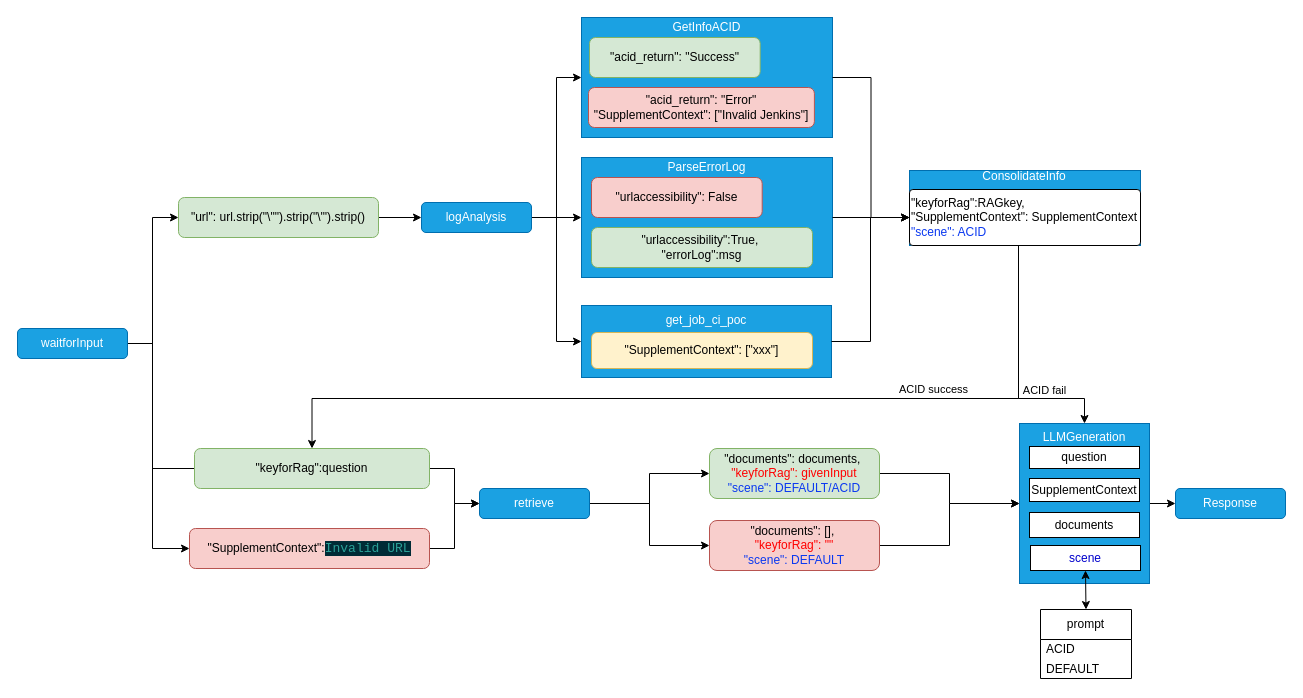
fengchutadie/diagram keeps this draw.io diagram as page "Page-2" (2 of 3) of AI.drawio. Above is the earlier version. Source tidied: cells renumbered, new cells numbered last; positions are measured from the earlier drawing's top-left corner, leaving out a move shared by most shapes. Both pictures are drawn from the tidied source at 100%, with x=0, y=0 at pixel (17, 17).
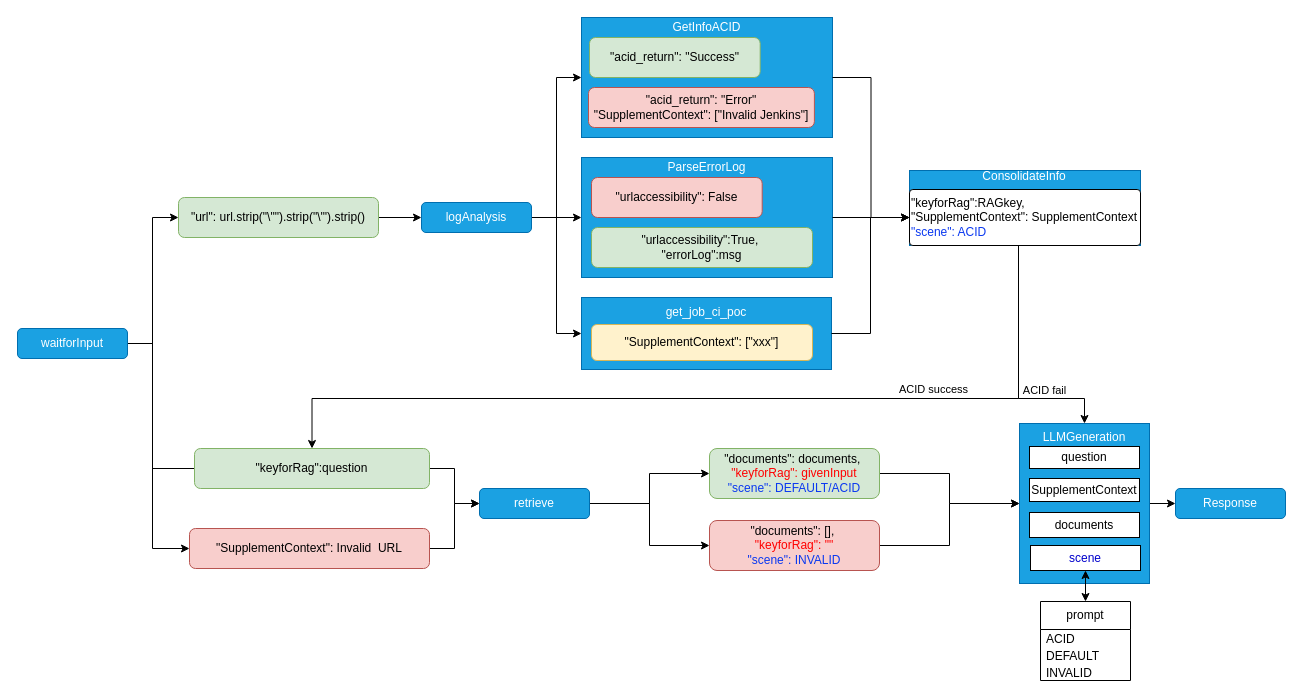
The same diagram, later.

Unchanged cells that the change refers to:
```xml
<mxCell id="51" value="&lt;font style=&quot;color: rgb(0, 0, 204);&quot;&gt;scene&lt;/font&gt;" style="rounded=0;whiteSpace=wrap;html=1;" parent="1" vertex="1">
  <mxGeometry x="1013" y="528" width="110" height="25" as="geometry" />
</mxCell>
```

The edit, as a diff of the source:
```diff
@@
-    <mxCell id="7" value="&quot;SupplementContext&quot;:&lt;span style=&quot;color: rgb(42, 161, 152); background-color: rgb(0, 43, 54); font-family: Consolas, &amp;quot;Courier New&amp;quot;, monospace; font-size: 13px; white-space: pre;&quot;&gt;Invalid URL&lt;/span&gt;" style="rounded=1;whiteSpace=wrap;html=1;fillColor=#f8cecc;strokeColor=#b85450;" parent="1" vertex="1">
+    <mxCell id="7" value="&quot;SupplementContext&quot;: Invalid&amp;nbsp; URL" style="rounded=1;whiteSpace=wrap;html=1;fillColor=#f8cecc;strokeColor=#b85450;" parent="1" vertex="1">
       <mxGeometry x="172" y="511" width="240" height="40" as="geometry" />
     </mxCell>
@@
-    <mxCell id="18" value="&quot;documents&quot;: [],&amp;nbsp;&lt;div&gt;&lt;font style=&quot;color: rgb(255, 0, 0);&quot;&gt;&quot;keyforRag&quot;: &quot;&quot;&lt;/font&gt;&lt;br&gt;&lt;span style=&quot;color: rgb(10, 56, 240);&quot;&gt;&quot;scene&quot;: DEFAULT&lt;/span&gt;&lt;/div&gt;" style="rounded=1;whiteSpace=wrap;html=1;fillColor=#f8cecc;strokeColor=#b85450;" parent="1" vertex="1">
+    <mxCell id="18" value="&quot;documents&quot;: [],&amp;nbsp;&lt;div&gt;&lt;font style=&quot;color: rgb(255, 0, 0);&quot;&gt;&quot;keyforRag&quot;: &quot;&quot;&lt;/font&gt;&lt;br&gt;&lt;span style=&quot;color: rgb(10, 56, 240);&quot;&gt;&quot;scene&quot;: INVALID&lt;/span&gt;&lt;/div&gt;" style="rounded=1;whiteSpace=wrap;html=1;fillColor=#f8cecc;strokeColor=#b85450;" parent="1" vertex="1">
       <mxGeometry x="692" y="503" width="170" height="50" as="geometry" />
     </mxCell>
@@
     <mxCell id="27" style="group;fillColor=#1ba1e2;fontColor=#ffffff;strokeColor=#006EAF;" parent="1" vertex="1">
-      <mxGeometry x="564" y="288" width="250" height="72" as="geometry" />
+      <mxGeometry x="564" y="280" width="250" height="72" as="geometry" />
     </mxCell>
@@
+    <mxCell id="55" style="endArrow=classic;startArrow=classic;html=1;rounded=0;entryX=0.5;entryY=1;entryDx=0;entryDy=0;exitX=0.5;exitY=0;exitDx=0;exitDy=0;strokeWidth=1;" parent="1" edge="1" source="52" target="51">
+      <mxGeometry relative="1" as="geometry" />
+    </mxCell>
-    <mxCell id="52" value="prompt" style="swimlane;fontStyle=0;horizontal=1;startSize=30;whiteSpace=wrap;html=1;" parent="1" vertex="1">
-      <mxGeometry x="1023" y="592" width="91" height="69" as="geometry" />
+    <mxCell id="52" value="prompt" style="swimlane;fontStyle=0;horizontal=1;startSize=28;whiteSpace=wrap;html=1;" parent="1" vertex="1">
+      <mxGeometry x="1023" y="584" width="90" height="79" as="geometry" />
     </mxCell>
     <mxCell id="53" value="ACID" style="text;strokeColor=none;fillColor=none;align=left;verticalAlign=middle;spacingLeft=4;spacingRight=4;overflow=hidden;whiteSpace=wrap;html=1;" parent="52" vertex="1">
-      <mxGeometry y="30" width="91" height="20" as="geometry" />
+      <mxGeometry y="28" width="90" height="17" as="geometry" />
     </mxCell>
     <mxCell id="54" value="DEFAULT" style="text;strokeColor=none;fillColor=none;align=left;verticalAlign=middle;spacingLeft=4;spacingRight=4;overflow=hidden;whiteSpace=wrap;html=1;" parent="52" vertex="1">
-      <mxGeometry y="50" width="91" height="19" as="geometry" />
+      <mxGeometry y="45" width="90" height="17" as="geometry" />
     </mxCell>
-    <mxCell id="55" style="endArrow=classic;startArrow=classic;html=1;rounded=0;entryX=0.5;entryY=1;entryDx=0;entryDy=0;exitX=0.5;exitY=0;exitDx=0;exitDy=0;strokeWidth=1;" parent="1" edge="1" source="52" target="51">
-      <mxGeometry relative="1" as="geometry" />
-    </mxCell>
+    <mxCell id="56" value="INVALID" style="text;strokeColor=none;fillColor=none;align=left;verticalAlign=middle;spacingLeft=4;spacingRight=4;overflow=hidden;whiteSpace=wrap;html=1;" parent="52" vertex="1">
+      <mxGeometry y="62" width="90" height="17" as="geometry" />
+    </mxCell>
```
